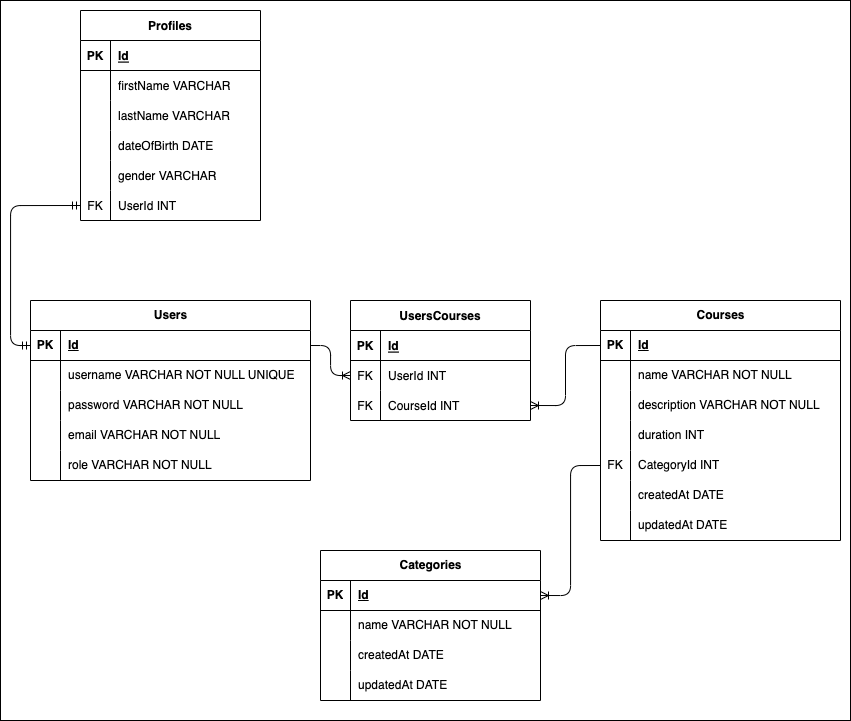
The draw.io diagram Schema/Education_Technology.png in mfaishal82/Pro-EduTech, before a commit. Source tidied: cells renumbered, new cells last; positions are measured from the earlier drawing's top-left corner, leaving out a move shared by most shapes. Its diagram source:
```xml
<mxGraphModel background="#333333">
  <root>
    <mxCell id="0" />
    <mxCell id="1" parent="0" />
    <mxCell id="2" style="rounded=0;whiteSpace=wrap;html=1;" parent="1" vertex="1">
      <mxGeometry width="850" height="720" as="geometry" />
    </mxCell>
    <mxCell id="3" value="Courses" style="shape=table;startSize=30;rowLines=0;fontStyle=1;align=center;html=1;" parent="1" vertex="1">
      <mxGeometry x="600" y="300" width="240" height="240" as="geometry" />
    </mxCell>
    <mxCell id="4" style="shape=tableRow;horizontal=0;startSize=0;swimlaneHead=0;swimlaneBody=0;fillColor=none;points=[[0,0.5],[1,0.5]];portConstraint=eastwest;top=0;left=0;right=0;bottom=1;" parent="3" vertex="1">
      <mxGeometry y="30" width="240" height="30" as="geometry" />
    </mxCell>
    <mxCell id="5" value="PK" style="shape=partialRectangle;fillColor=none;top=0;left=0;bottom=0;right=0;fontStyle=1;overflow=hidden;whiteSpace=wrap;html=1;" parent="4" vertex="1">
      <mxGeometry width="30" height="30" as="geometry" />
    </mxCell>
    <mxCell id="6" value="Id" style="shape=partialRectangle;fillColor=none;top=0;left=0;bottom=0;right=0;align=left;spacingLeft=6;fontStyle=5;overflow=hidden;whiteSpace=wrap;html=1;" parent="4" vertex="1">
      <mxGeometry x="30" width="210" height="30" as="geometry" />
    </mxCell>
    <mxCell id="7" style="shape=tableRow;horizontal=0;startSize=0;swimlaneHead=0;swimlaneBody=0;fillColor=none;top=0;left=0;right=0;bottom=0;" parent="3" vertex="1">
      <mxGeometry y="60" width="240" height="30" as="geometry" />
    </mxCell>
    <mxCell id="8" style="shape=partialRectangle;fillColor=none;top=0;left=0;bottom=0;right=0;overflow=hidden;whiteSpace=wrap;html=1;" parent="7" vertex="1">
      <mxGeometry width="30" height="30" as="geometry" />
    </mxCell>
    <mxCell id="9" value="name VARCHAR NOT NULL" style="shape=partialRectangle;fillColor=none;top=0;left=0;bottom=0;right=0;align=left;spacingLeft=6;overflow=hidden;whiteSpace=wrap;html=1;" parent="7" vertex="1">
      <mxGeometry x="30" width="210" height="30" as="geometry" />
    </mxCell>
    <mxCell id="10" style="shape=tableRow;horizontal=0;startSize=0;swimlaneHead=0;swimlaneBody=0;fillColor=none;top=0;left=0;right=0;bottom=0;" parent="3" vertex="1">
      <mxGeometry y="90" width="240" height="30" as="geometry" />
    </mxCell>
    <mxCell id="11" style="shape=partialRectangle;fillColor=none;top=0;left=0;bottom=0;right=0;overflow=hidden;whiteSpace=wrap;html=1;" parent="10" vertex="1">
      <mxGeometry width="30" height="30" as="geometry" />
    </mxCell>
    <mxCell id="12" value="description VARCHAR NOT NULL" style="shape=partialRectangle;fillColor=none;top=0;left=0;bottom=0;right=0;align=left;spacingLeft=6;overflow=hidden;whiteSpace=wrap;html=1;" parent="10" vertex="1">
      <mxGeometry x="30" width="210" height="30" as="geometry" />
    </mxCell>
    <mxCell id="13" style="shape=tableRow;horizontal=0;startSize=0;swimlaneHead=0;swimlaneBody=0;fillColor=none;top=0;left=0;right=0;bottom=0;" parent="3" vertex="1">
      <mxGeometry y="120" width="240" height="30" as="geometry" />
    </mxCell>
    <mxCell id="14" style="shape=partialRectangle;fillColor=none;top=0;left=0;bottom=0;right=0;overflow=hidden;whiteSpace=wrap;html=1;" parent="13" vertex="1">
      <mxGeometry width="30" height="30" as="geometry" />
    </mxCell>
    <mxCell id="15" value="duration INT" style="shape=partialRectangle;fillColor=none;top=0;left=0;bottom=0;right=0;align=left;spacingLeft=6;overflow=hidden;whiteSpace=wrap;html=1;" parent="13" vertex="1">
      <mxGeometry x="30" width="210" height="30" as="geometry" />
    </mxCell>
    <mxCell id="16" style="shape=tableRow;horizontal=0;startSize=0;swimlaneHead=0;swimlaneBody=0;fillColor=none;points=[[0,0.5],[1,0.5]];portConstraint=eastwest;top=0;left=0;right=0;bottom=0;" parent="3" vertex="1">
      <mxGeometry y="150" width="240" height="30" as="geometry" />
    </mxCell>
    <mxCell id="17" value="FK" style="shape=partialRectangle;fillColor=none;top=0;left=0;bottom=0;right=0;overflow=hidden;whiteSpace=wrap;html=1;" parent="16" vertex="1">
      <mxGeometry width="30" height="30" as="geometry" />
    </mxCell>
    <mxCell id="18" value="CategoryId INT" style="shape=partialRectangle;fillColor=none;top=0;left=0;bottom=0;right=0;align=left;spacingLeft=6;overflow=hidden;whiteSpace=wrap;html=1;" parent="16" vertex="1">
      <mxGeometry x="30" width="210" height="30" as="geometry" />
    </mxCell>
    <mxCell id="19" style="shape=tableRow;horizontal=0;startSize=0;swimlaneHead=0;swimlaneBody=0;fillColor=none;top=0;left=0;right=0;bottom=0;" parent="3" vertex="1">
      <mxGeometry y="180" width="240" height="30" as="geometry" />
    </mxCell>
    <mxCell id="20" style="shape=partialRectangle;fillColor=none;top=0;left=0;bottom=0;right=0;overflow=hidden;whiteSpace=wrap;html=1;" parent="19" vertex="1">
      <mxGeometry width="30" height="30" as="geometry" />
    </mxCell>
    <mxCell id="21" value="createdAt DATE" style="shape=partialRectangle;fillColor=none;top=0;left=0;bottom=0;right=0;align=left;spacingLeft=6;overflow=hidden;whiteSpace=wrap;html=1;" parent="19" vertex="1">
      <mxGeometry x="30" width="210" height="30" as="geometry" />
    </mxCell>
    <mxCell id="22" style="shape=tableRow;horizontal=0;startSize=0;swimlaneHead=0;swimlaneBody=0;fillColor=none;top=0;left=0;right=0;bottom=0;" parent="3" vertex="1">
      <mxGeometry y="210" width="240" height="30" as="geometry" />
    </mxCell>
    <mxCell id="23" style="shape=partialRectangle;fillColor=none;top=0;left=0;bottom=0;right=0;overflow=hidden;whiteSpace=wrap;html=1;" parent="22" vertex="1">
      <mxGeometry width="30" height="30" as="geometry" />
    </mxCell>
    <mxCell id="24" value="updatedAt DATE" style="shape=partialRectangle;fillColor=none;top=0;left=0;bottom=0;right=0;align=left;spacingLeft=6;overflow=hidden;whiteSpace=wrap;html=1;" parent="22" vertex="1">
      <mxGeometry x="30" width="210" height="30" as="geometry" />
    </mxCell>
    <mxCell id="25" value="Categories" style="shape=table;startSize=30;rowLines=0;fontStyle=1;align=center;html=1;" parent="1" vertex="1">
      <mxGeometry x="320" y="550" width="220" height="150" as="geometry" />
    </mxCell>
    <mxCell id="26" style="shape=tableRow;horizontal=0;startSize=0;swimlaneHead=0;swimlaneBody=0;fillColor=none;points=[[0,0.5],[1,0.5]];portConstraint=eastwest;top=0;left=0;right=0;bottom=1;" parent="25" vertex="1">
      <mxGeometry y="30" width="220" height="30" as="geometry" />
    </mxCell>
    <mxCell id="27" value="PK" style="shape=partialRectangle;fillColor=none;top=0;left=0;bottom=0;right=0;fontStyle=1;overflow=hidden;whiteSpace=wrap;html=1;" parent="26" vertex="1">
      <mxGeometry width="30" height="30" as="geometry" />
    </mxCell>
    <mxCell id="28" value="Id" style="shape=partialRectangle;fillColor=none;top=0;left=0;bottom=0;right=0;align=left;spacingLeft=6;fontStyle=5;overflow=hidden;whiteSpace=wrap;html=1;" parent="26" vertex="1">
      <mxGeometry x="30" width="190" height="30" as="geometry" />
    </mxCell>
    <mxCell id="29" style="shape=tableRow;horizontal=0;startSize=0;swimlaneHead=0;swimlaneBody=0;fillColor=none;top=0;left=0;right=0;bottom=0;" parent="25" vertex="1">
      <mxGeometry y="60" width="220" height="30" as="geometry" />
    </mxCell>
    <mxCell id="30" style="shape=partialRectangle;fillColor=none;top=0;left=0;bottom=0;right=0;overflow=hidden;whiteSpace=wrap;html=1;" parent="29" vertex="1">
      <mxGeometry width="30" height="30" as="geometry" />
    </mxCell>
    <mxCell id="31" value="name VARCHAR NOT NULL" style="shape=partialRectangle;fillColor=none;top=0;left=0;bottom=0;right=0;align=left;spacingLeft=6;overflow=hidden;whiteSpace=wrap;html=1;" parent="29" vertex="1">
      <mxGeometry x="30" width="190" height="30" as="geometry" />
    </mxCell>
    <mxCell id="32" style="shape=tableRow;horizontal=0;startSize=0;swimlaneHead=0;swimlaneBody=0;fillColor=none;top=0;left=0;right=0;bottom=0;" parent="25" vertex="1">
      <mxGeometry y="90" width="220" height="30" as="geometry" />
    </mxCell>
    <mxCell id="33" style="shape=partialRectangle;fillColor=none;top=0;left=0;bottom=0;right=0;overflow=hidden;whiteSpace=wrap;html=1;" parent="32" vertex="1">
      <mxGeometry width="30" height="30" as="geometry" />
    </mxCell>
    <mxCell id="34" value="createdAt DATE" style="shape=partialRectangle;fillColor=none;top=0;left=0;bottom=0;right=0;align=left;spacingLeft=6;overflow=hidden;whiteSpace=wrap;html=1;" parent="32" vertex="1">
      <mxGeometry x="30" width="190" height="30" as="geometry" />
    </mxCell>
    <mxCell id="35" style="shape=tableRow;horizontal=0;startSize=0;swimlaneHead=0;swimlaneBody=0;fillColor=none;top=0;left=0;right=0;bottom=0;" parent="25" vertex="1">
      <mxGeometry y="120" width="220" height="30" as="geometry" />
    </mxCell>
    <mxCell id="36" style="shape=partialRectangle;fillColor=none;top=0;left=0;bottom=0;right=0;overflow=hidden;whiteSpace=wrap;html=1;" parent="35" vertex="1">
      <mxGeometry width="30" height="30" as="geometry" />
    </mxCell>
    <mxCell id="37" value="updatedAt DATE" style="shape=partialRectangle;fillColor=none;top=0;left=0;bottom=0;right=0;align=left;spacingLeft=6;overflow=hidden;whiteSpace=wrap;html=1;" parent="35" vertex="1">
      <mxGeometry x="30" width="190" height="30" as="geometry" />
    </mxCell>
    <mxCell id="38" value="Users" style="shape=table;startSize=30;rowLines=0;fontStyle=1;align=center;html=1;" parent="1" vertex="1">
      <mxGeometry x="30" y="300" width="280" height="180" as="geometry" />
    </mxCell>
    <mxCell id="39" style="shape=tableRow;horizontal=0;startSize=0;swimlaneHead=0;swimlaneBody=0;fillColor=none;points=[[0,0.5],[1,0.5]];portConstraint=eastwest;top=0;left=0;right=0;bottom=1;" parent="38" vertex="1">
      <mxGeometry y="30" width="280" height="30" as="geometry" />
    </mxCell>
    <mxCell id="40" value="PK" style="shape=partialRectangle;fillColor=none;top=0;left=0;bottom=0;right=0;fontStyle=1;overflow=hidden;whiteSpace=wrap;html=1;" parent="39" vertex="1">
      <mxGeometry width="30" height="30" as="geometry" />
    </mxCell>
    <mxCell id="41" value="Id" style="shape=partialRectangle;fillColor=none;top=0;left=0;bottom=0;right=0;align=left;spacingLeft=6;fontStyle=5;overflow=hidden;whiteSpace=wrap;html=1;" parent="39" vertex="1">
      <mxGeometry x="30" width="250" height="30" as="geometry" />
    </mxCell>
    <mxCell id="42" style="shape=tableRow;horizontal=0;startSize=0;swimlaneHead=0;swimlaneBody=0;fillColor=none;top=0;left=0;right=0;bottom=0;" parent="38" vertex="1">
      <mxGeometry y="60" width="280" height="30" as="geometry" />
    </mxCell>
    <mxCell id="43" style="shape=partialRectangle;fillColor=none;top=0;left=0;bottom=0;right=0;overflow=hidden;whiteSpace=wrap;html=1;" parent="42" vertex="1">
      <mxGeometry width="30" height="30" as="geometry" />
    </mxCell>
    <mxCell id="44" value="username VARCHAR NOT NULL UNIQUE" style="shape=partialRectangle;fillColor=none;top=0;left=0;bottom=0;right=0;align=left;spacingLeft=6;overflow=hidden;whiteSpace=wrap;html=1;" parent="42" vertex="1">
      <mxGeometry x="30" width="250" height="30" as="geometry" />
    </mxCell>
    <mxCell id="45" style="shape=tableRow;horizontal=0;startSize=0;swimlaneHead=0;swimlaneBody=0;fillColor=none;top=0;left=0;right=0;bottom=0;" parent="38" vertex="1">
      <mxGeometry y="90" width="280" height="30" as="geometry" />
    </mxCell>
    <mxCell id="46" style="shape=partialRectangle;fillColor=none;top=0;left=0;bottom=0;right=0;overflow=hidden;whiteSpace=wrap;html=1;" parent="45" vertex="1">
      <mxGeometry width="30" height="30" as="geometry" />
    </mxCell>
    <mxCell id="47" value="password VARCHAR NOT NULL" style="shape=partialRectangle;fillColor=none;top=0;left=0;bottom=0;right=0;align=left;spacingLeft=6;overflow=hidden;whiteSpace=wrap;html=1;" parent="45" vertex="1">
      <mxGeometry x="30" width="250" height="30" as="geometry" />
    </mxCell>
    <mxCell id="48" style="shape=tableRow;horizontal=0;startSize=0;swimlaneHead=0;swimlaneBody=0;fillColor=none;top=0;left=0;right=0;bottom=0;" parent="38" vertex="1">
      <mxGeometry y="120" width="280" height="30" as="geometry" />
    </mxCell>
    <mxCell id="49" style="shape=partialRectangle;fillColor=none;top=0;left=0;bottom=0;right=0;overflow=hidden;whiteSpace=wrap;html=1;" parent="48" vertex="1">
      <mxGeometry width="30" height="30" as="geometry" />
    </mxCell>
    <mxCell id="50" value="email VARCHAR NOT NULL" style="shape=partialRectangle;fillColor=none;top=0;left=0;bottom=0;right=0;align=left;spacingLeft=6;overflow=hidden;whiteSpace=wrap;html=1;" parent="48" vertex="1">
      <mxGeometry x="30" width="250" height="30" as="geometry" />
    </mxCell>
    <mxCell id="51" style="shape=tableRow;horizontal=0;startSize=0;swimlaneHead=0;swimlaneBody=0;fillColor=none;top=0;left=0;right=0;bottom=0;" parent="38" vertex="1">
      <mxGeometry y="150" width="280" height="30" as="geometry" />
    </mxCell>
    <mxCell id="52" style="shape=partialRectangle;fillColor=none;top=0;left=0;bottom=0;right=0;overflow=hidden;whiteSpace=wrap;html=1;" parent="51" vertex="1">
      <mxGeometry width="30" height="30" as="geometry" />
    </mxCell>
    <mxCell id="53" value="role VARCHAR NOT NULL" style="shape=partialRectangle;fillColor=none;top=0;left=0;bottom=0;right=0;align=left;spacingLeft=6;overflow=hidden;whiteSpace=wrap;html=1;" parent="51" vertex="1">
      <mxGeometry x="30" width="250" height="30" as="geometry" />
    </mxCell>
    <mxCell id="54" value="Profiles" style="shape=table;startSize=30;rowLines=0;fontStyle=1;align=center;" parent="1" vertex="1">
      <mxGeometry x="80" y="10" width="180" height="210" as="geometry" />
    </mxCell>
    <mxCell id="55" style="shape=tableRow;horizontal=0;startSize=0;swimlaneHead=0;swimlaneBody=0;fillColor=none;top=0;left=0;right=0;bottom=1;" parent="54" vertex="1">
      <mxGeometry y="30" width="180" height="30" as="geometry" />
    </mxCell>
    <mxCell id="56" value="PK" style="shape=partialRectangle;fillColor=none;top=0;left=0;bottom=0;right=0;fontStyle=1;overflow=hidden;" parent="55" vertex="1">
      <mxGeometry width="30" height="30" as="geometry" />
    </mxCell>
    <mxCell id="57" value="Id" style="shape=partialRectangle;fillColor=none;top=0;left=0;bottom=0;right=0;align=left;spacingLeft=6;fontStyle=5;overflow=hidden;" parent="55" vertex="1">
      <mxGeometry x="30" width="150" height="30" as="geometry" />
    </mxCell>
    <mxCell id="58" style="shape=tableRow;horizontal=0;startSize=0;swimlaneHead=0;swimlaneBody=0;fillColor=none;top=0;left=0;right=0;bottom=0;" parent="54" vertex="1">
      <mxGeometry y="60" width="180" height="30" as="geometry" />
    </mxCell>
    <mxCell id="59" style="shape=partialRectangle;fillColor=none;top=0;left=0;bottom=0;right=0;overflow=hidden;" parent="58" vertex="1">
      <mxGeometry width="30" height="30" as="geometry" />
    </mxCell>
    <mxCell id="60" value="firstName VARCHAR" style="shape=partialRectangle;fillColor=none;top=0;left=0;bottom=0;right=0;align=left;spacingLeft=6;overflow=hidden;" parent="58" vertex="1">
      <mxGeometry x="30" width="150" height="30" as="geometry" />
    </mxCell>
    <mxCell id="61" style="shape=tableRow;horizontal=0;startSize=0;swimlaneHead=0;swimlaneBody=0;fillColor=none;top=0;left=0;right=0;bottom=0;" parent="54" vertex="1">
      <mxGeometry y="90" width="180" height="30" as="geometry" />
    </mxCell>
    <mxCell id="62" style="shape=partialRectangle;fillColor=none;top=0;left=0;bottom=0;right=0;overflow=hidden;" parent="61" vertex="1">
      <mxGeometry width="30" height="30" as="geometry" />
    </mxCell>
    <mxCell id="63" value="lastName VARCHAR" style="shape=partialRectangle;fillColor=none;top=0;left=0;bottom=0;right=0;align=left;spacingLeft=6;overflow=hidden;" parent="61" vertex="1">
      <mxGeometry x="30" width="150" height="30" as="geometry" />
    </mxCell>
    <mxCell id="64" style="shape=tableRow;horizontal=0;startSize=0;swimlaneHead=0;swimlaneBody=0;fillColor=none;top=0;left=0;right=0;bottom=0;" parent="54" vertex="1">
      <mxGeometry y="120" width="180" height="30" as="geometry" />
    </mxCell>
    <mxCell id="65" style="shape=partialRectangle;fillColor=none;top=0;left=0;bottom=0;right=0;overflow=hidden;" parent="64" vertex="1">
      <mxGeometry width="30" height="30" as="geometry" />
    </mxCell>
    <mxCell id="66" value="dateOfBirth DATE" style="shape=partialRectangle;fillColor=none;top=0;left=0;bottom=0;right=0;align=left;spacingLeft=6;overflow=hidden;" parent="64" vertex="1">
      <mxGeometry x="30" width="150" height="30" as="geometry" />
    </mxCell>
    <mxCell id="67" style="shape=tableRow;horizontal=0;startSize=0;swimlaneHead=0;swimlaneBody=0;fillColor=none;top=0;left=0;right=0;bottom=0;" parent="54" vertex="1">
      <mxGeometry y="150" width="180" height="30" as="geometry" />
    </mxCell>
    <mxCell id="68" style="shape=partialRectangle;fillColor=none;top=0;left=0;bottom=0;right=0;overflow=hidden;" parent="67" vertex="1">
      <mxGeometry width="30" height="30" as="geometry" />
    </mxCell>
    <mxCell id="69" value="gender VARCHAR" style="shape=partialRectangle;fillColor=none;top=0;left=0;bottom=0;right=0;align=left;spacingLeft=6;overflow=hidden;" parent="67" vertex="1">
      <mxGeometry x="30" width="150" height="30" as="geometry" />
    </mxCell>
    <mxCell id="70" style="shape=tableRow;horizontal=0;startSize=0;swimlaneHead=0;swimlaneBody=0;fillColor=none;points=[[0,0.5],[1,0.5]];portConstraint=eastwest;top=0;left=0;right=0;bottom=0;" parent="54" vertex="1">
      <mxGeometry y="180" width="180" height="30" as="geometry" />
    </mxCell>
    <mxCell id="71" value="FK" style="shape=partialRectangle;fillColor=none;top=0;left=0;bottom=0;right=0;overflow=hidden;" parent="70" vertex="1">
      <mxGeometry width="30" height="30" as="geometry" />
    </mxCell>
    <mxCell id="72" value="UserId INT" style="shape=partialRectangle;fillColor=none;top=0;left=0;bottom=0;right=0;align=left;spacingLeft=6;overflow=hidden;" parent="70" vertex="1">
      <mxGeometry x="30" width="150" height="30" as="geometry" />
    </mxCell>
    <mxCell id="73" value="UsersCourses" style="shape=table;startSize=30;rowLines=0;fontStyle=1;align=center;" parent="1" vertex="1">
      <mxGeometry x="350" y="300" width="180" height="120" as="geometry" />
    </mxCell>
    <mxCell id="74" style="shape=tableRow;horizontal=0;startSize=0;swimlaneHead=0;swimlaneBody=0;fillColor=none;top=0;left=0;right=0;bottom=1;" parent="73" vertex="1">
      <mxGeometry y="30" width="180" height="30" as="geometry" />
    </mxCell>
    <mxCell id="75" value="PK" style="shape=partialRectangle;fillColor=none;top=0;left=0;bottom=0;right=0;fontStyle=1;overflow=hidden;" parent="74" vertex="1">
      <mxGeometry width="30" height="30" as="geometry" />
    </mxCell>
    <mxCell id="76" value="Id" style="shape=partialRectangle;fillColor=none;top=0;left=0;bottom=0;right=0;align=left;spacingLeft=6;fontStyle=5;overflow=hidden;" parent="74" vertex="1">
      <mxGeometry x="30" width="150" height="30" as="geometry" />
    </mxCell>
    <mxCell id="77" style="shape=tableRow;horizontal=0;startSize=0;swimlaneHead=0;swimlaneBody=0;fillColor=none;points=[[0,0.5],[1,0.5]];portConstraint=eastwest;top=0;left=0;right=0;bottom=0;" parent="73" vertex="1">
      <mxGeometry y="60" width="180" height="30" as="geometry" />
    </mxCell>
    <mxCell id="78" value="FK" style="shape=partialRectangle;fillColor=none;top=0;left=0;bottom=0;right=0;overflow=hidden;" parent="77" vertex="1">
      <mxGeometry width="30" height="30" as="geometry" />
    </mxCell>
    <mxCell id="79" value="UserId INT" style="shape=partialRectangle;fillColor=none;top=0;left=0;bottom=0;right=0;align=left;spacingLeft=6;overflow=hidden;" parent="77" vertex="1">
      <mxGeometry x="30" width="150" height="30" as="geometry" />
    </mxCell>
    <mxCell id="80" style="shape=tableRow;horizontal=0;startSize=0;swimlaneHead=0;swimlaneBody=0;fillColor=none;points=[[0,0.5],[1,0.5]];portConstraint=eastwest;top=0;left=0;right=0;bottom=0;" parent="73" vertex="1">
      <mxGeometry y="90" width="180" height="30" as="geometry" />
    </mxCell>
    <mxCell id="81" value="FK" style="shape=partialRectangle;fillColor=none;top=0;left=0;bottom=0;right=0;overflow=hidden;" parent="80" vertex="1">
      <mxGeometry width="30" height="30" as="geometry" />
    </mxCell>
    <mxCell id="82" value="CourseId INT" style="shape=partialRectangle;fillColor=none;top=0;left=0;bottom=0;right=0;align=left;spacingLeft=6;overflow=hidden;" parent="80" vertex="1">
      <mxGeometry x="30" width="150" height="30" as="geometry" />
    </mxCell>
    <mxCell id="83" style="edgeStyle=orthogonalEdgeStyle;fontSize=12;html=1;endArrow=ERoneToMany;exitX=1;exitY=0.5;exitDx=0;exitDy=0;entryX=0;entryY=0.5;entryDx=0;entryDy=0;" parent="1" edge="1" source="39" target="77">
      <mxGeometry relative="1" as="geometry" />
    </mxCell>
    <mxCell id="84" style="edgeStyle=orthogonalEdgeStyle;fontSize=12;html=1;endArrow=ERmandOne;startArrow=ERmandOne;entryX=0;entryY=0.5;entryDx=0;entryDy=0;exitX=0;exitY=0.5;exitDx=0;exitDy=0;" parent="1" edge="1" source="39" target="70">
      <mxGeometry relative="1" as="geometry">
        <Array as="points">
          <mxPoint x="10" y="345" />
          <mxPoint x="10" y="205" />
        </Array>
      </mxGeometry>
    </mxCell>
    <mxCell id="85" style="edgeStyle=orthogonalEdgeStyle;fontSize=12;html=1;endArrow=ERoneToMany;exitX=0;exitY=0.5;exitDx=0;exitDy=0;entryX=1;entryY=0.5;entryDx=0;entryDy=0;" parent="1" edge="1" source="4" target="80">
      <mxGeometry relative="1" as="geometry" />
    </mxCell>
    <mxCell id="86" style="edgeStyle=orthogonalEdgeStyle;fontSize=12;html=1;endArrow=ERoneToMany;entryX=1;entryY=0.5;entryDx=0;entryDy=0;exitX=0;exitY=0.5;exitDx=0;exitDy=0;" parent="1" edge="1" source="16" target="26">
      <mxGeometry relative="1" as="geometry" />
    </mxCell>
  </root>
</mxGraphModel>
```
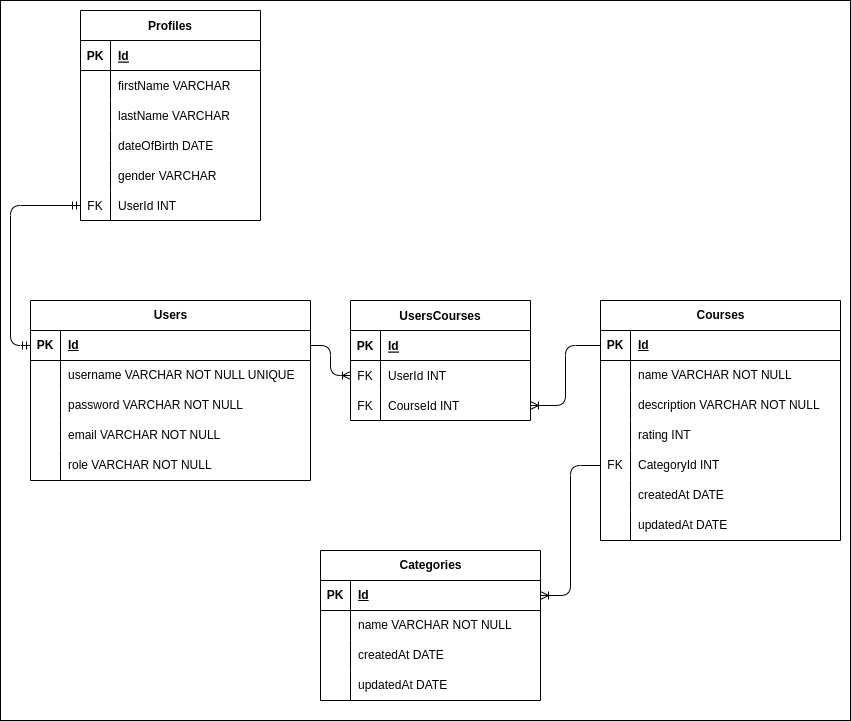
Above is the later version.

Diff of the diagram source:
```diff
@@ -2,7 +2,7 @@
   <root>
     <mxCell id="0" />
     <mxCell id="1" parent="0" />
-    <mxCell id="2" style="rounded=0;whiteSpace=wrap;html=1;" parent="1" vertex="1">
+    <mxCell id="2" style="rounded=0;whiteSpace=wrap;html=1;fontStyle=1;" parent="1" vertex="1">
       <mxGeometry width="850" height="720" as="geometry" />
     </mxCell>
     <mxCell id="3" value="Courses" style="shape=table;startSize=30;rowLines=0;fontStyle=1;align=center;html=1;" parent="1" vertex="1">
@@ -41,7 +41,7 @@
     <mxCell id="14" style="shape=partialRectangle;fillColor=none;top=0;left=0;bottom=0;right=0;overflow=hidden;whiteSpace=wrap;html=1;" parent="13" vertex="1">
       <mxGeometry width="30" height="30" as="geometry" />
     </mxCell>
-    <mxCell id="15" value="duration INT" style="shape=partialRectangle;fillColor=none;top=0;left=0;bottom=0;right=0;align=left;spacingLeft=6;overflow=hidden;whiteSpace=wrap;html=1;" parent="13" vertex="1">
+    <mxCell id="15" value="rating INT" style="shape=partialRectangle;fillColor=none;top=0;left=0;bottom=0;right=0;align=left;spacingLeft=6;overflow=hidden;whiteSpace=wrap;html=1;" parent="13" vertex="1">
       <mxGeometry x="30" width="210" height="30" as="geometry" />
     </mxCell>
     <mxCell id="16" style="shape=tableRow;horizontal=0;startSize=0;swimlaneHead=0;swimlaneBody=0;fillColor=none;points=[[0,0.5],[1,0.5]];portConstraint=eastwest;top=0;left=0;right=0;bottom=0;" parent="3" vertex="1">
```
